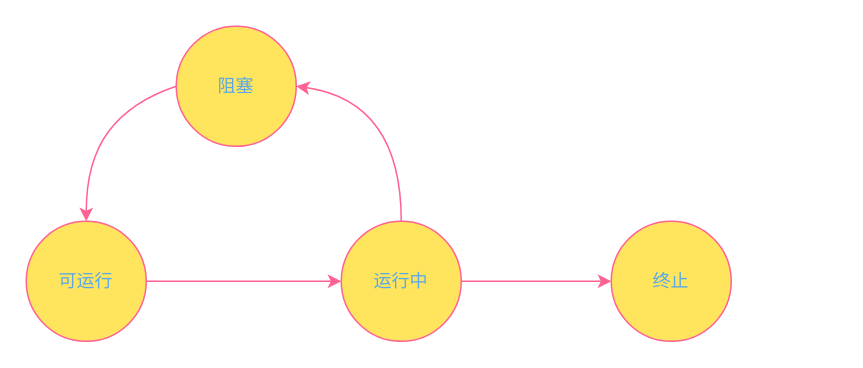
The draw.io diagram page "操作系统线程" (1 of 2) of Untitled Diagram.drawio in fxiaoyu97/Algorithm-Utils, before the edit. Source tidied: cells renumbered, new cells numbered last; positions are measured from the earlier drawing's top-left corner, leaving out a move shared by most shapes. Both pictures are drawn from the tidied source at 150%, with x=0, y=0 at pixel (26, 26).
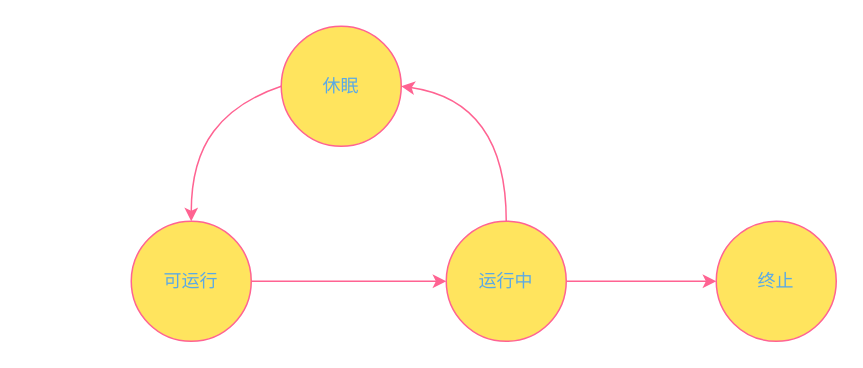
Above is the later version.

Commit message:
更新 Java线程状态

Change to the diagram source:
```diff
@@
 <mxGraphModel>
   <root>
     <mxCell id="0" />
     <mxCell id="1" parent="0" />
+    <mxCell id="10" style="group;" parent="1" vertex="1">
+      <mxGeometry x="70" width="470" height="210" as="geometry" />
+    </mxCell>
-    <mxCell id="2" style="edgeStyle=orthogonalEdgeStyle;curved=0;rounded=1;sketch=0;jettySize=auto;html=1;fontColor=#5AA9E6;strokeColor=#FF6392;fillColor=#FFE45E;" parent="1" edge="1" source="3">
+    <mxCell id="2" style="edgeStyle=orthogonalEdgeStyle;curved=0;rounded=1;sketch=0;jettySize=auto;html=1;fontColor=#5AA9E6;strokeColor=#FF6392;fillColor=#FFE45E;" parent="10" edge="1" source="3">
       <mxGeometry relative="1" as="geometry">
         <mxPoint x="210" y="170" as="targetPoint" />
       </mxGeometry>
     </mxCell>
-    <mxCell id="3" value="可运行" style="ellipse;whiteSpace=wrap;html=1;rounded=0;sketch=0;fontColor=#5AA9E6;strokeColor=#FF6392;fillColor=#FFE45E;" parent="1" vertex="1">
+    <mxCell id="3" value="可运行" style="ellipse;whiteSpace=wrap;html=1;rounded=0;sketch=0;fontColor=#5AA9E6;strokeColor=#FF6392;fillColor=#FFE45E;" parent="10" vertex="1">
       <mxGeometry y="130" width="80" height="80" as="geometry" />
     </mxCell>
-    <mxCell id="4" style="edgeStyle=orthogonalEdgeStyle;curved=0;rounded=1;sketch=0;jettySize=auto;html=1;fontColor=#5AA9E6;strokeColor=#FF6392;fillColor=#FFE45E;" parent="1" edge="1" source="5" target="6">
-      <mxGeometry relative="1" as="geometry" />
-    </mxCell>
-    <mxCell id="5" value="运行中" style="ellipse;whiteSpace=wrap;html=1;rounded=0;sketch=0;fontColor=#5AA9E6;strokeColor=#FF6392;fillColor=#FFE45E;" parent="1" vertex="1">
+    <mxCell id="5" value="运行中" style="ellipse;whiteSpace=wrap;html=1;rounded=0;sketch=0;fontColor=#5AA9E6;strokeColor=#FF6392;fillColor=#FFE45E;" parent="10" vertex="1">
       <mxGeometry x="210" y="130" width="80" height="80" as="geometry" />
     </mxCell>
-    <mxCell id="6" value="终止" style="ellipse;whiteSpace=wrap;html=1;rounded=0;sketch=0;fontColor=#5AA9E6;strokeColor=#FF6392;fillColor=#FFE45E;" parent="1" vertex="1">
+    <mxCell id="6" value="终止" style="ellipse;whiteSpace=wrap;html=1;rounded=0;sketch=0;fontColor=#5AA9E6;strokeColor=#FF6392;fillColor=#FFE45E;" parent="10" vertex="1">
       <mxGeometry x="390" y="130" width="80" height="80" as="geometry" />
     </mxCell>
+    <mxCell id="4" style="edgeStyle=orthogonalEdgeStyle;curved=0;rounded=1;sketch=0;jettySize=auto;html=1;fontColor=#5AA9E6;strokeColor=#FF6392;fillColor=#FFE45E;" parent="10" edge="1" source="5" target="6">
+      <mxGeometry relative="1" as="geometry" />
+    </mxCell>
-    <mxCell id="7" value="阻塞" style="ellipse;whiteSpace=wrap;html=1;rounded=0;sketch=0;fontColor=#5AA9E6;strokeColor=#FF6392;fillColor=#FFE45E;" parent="1" vertex="1">
+    <mxCell id="7" value="休眠" style="ellipse;whiteSpace=wrap;html=1;rounded=0;sketch=0;fontColor=#5AA9E6;strokeColor=#FF6392;fillColor=#FFE45E;" parent="10" vertex="1">
       <mxGeometry x="100" width="80" height="80" as="geometry" />
     </mxCell>
-    <mxCell id="8" style="curved=1;endArrow=classic;html=1;rounded=1;sketch=0;fontColor=#5AA9E6;strokeColor=#FF6392;fillColor=#FFE45E;exitX=0.5;exitY=0;exitDx=0;exitDy=0;entryX=1;entryY=0.5;entryDx=0;entryDy=0;" parent="1" edge="1" source="5" target="7">
+    <mxCell id="8" style="curved=1;endArrow=classic;html=1;rounded=1;sketch=0;fontColor=#5AA9E6;strokeColor=#FF6392;fillColor=#FFE45E;exitX=0.5;exitY=0;exitDx=0;exitDy=0;entryX=1;entryY=0.5;entryDx=0;entryDy=0;" parent="10" edge="1" source="5" target="7">
       <mxGeometry relative="1" as="geometry">
         <Array as="points">
           <mxPoint x="250" y="50" />
         </Array>
       </mxGeometry>
     </mxCell>
-    <mxCell id="9" style="curved=1;endArrow=classic;html=1;rounded=1;sketch=0;fontColor=#5AA9E6;strokeColor=#FF6392;fillColor=#FFE45E;exitX=0;exitY=0.5;exitDx=0;exitDy=0;entryX=0.5;entryY=0;entryDx=0;entryDy=0;" parent="1" edge="1" source="7" target="3">
+    <mxCell id="9" style="curved=1;endArrow=classic;html=1;rounded=1;sketch=0;fontColor=#5AA9E6;strokeColor=#FF6392;fillColor=#FFE45E;exitX=0;exitY=0.5;exitDx=0;exitDy=0;entryX=0.5;entryY=0;entryDx=0;entryDy=0;" parent="10" edge="1" source="7" target="3">
       <mxGeometry relative="1" as="geometry">
         <Array as="points">
           <mxPoint x="70" y="50" />
           <mxPoint x="40" y="90" />
         </Array>
       </mxGeometry>
     </mxCell>
   </root>
 </mxGraphModel>
```
